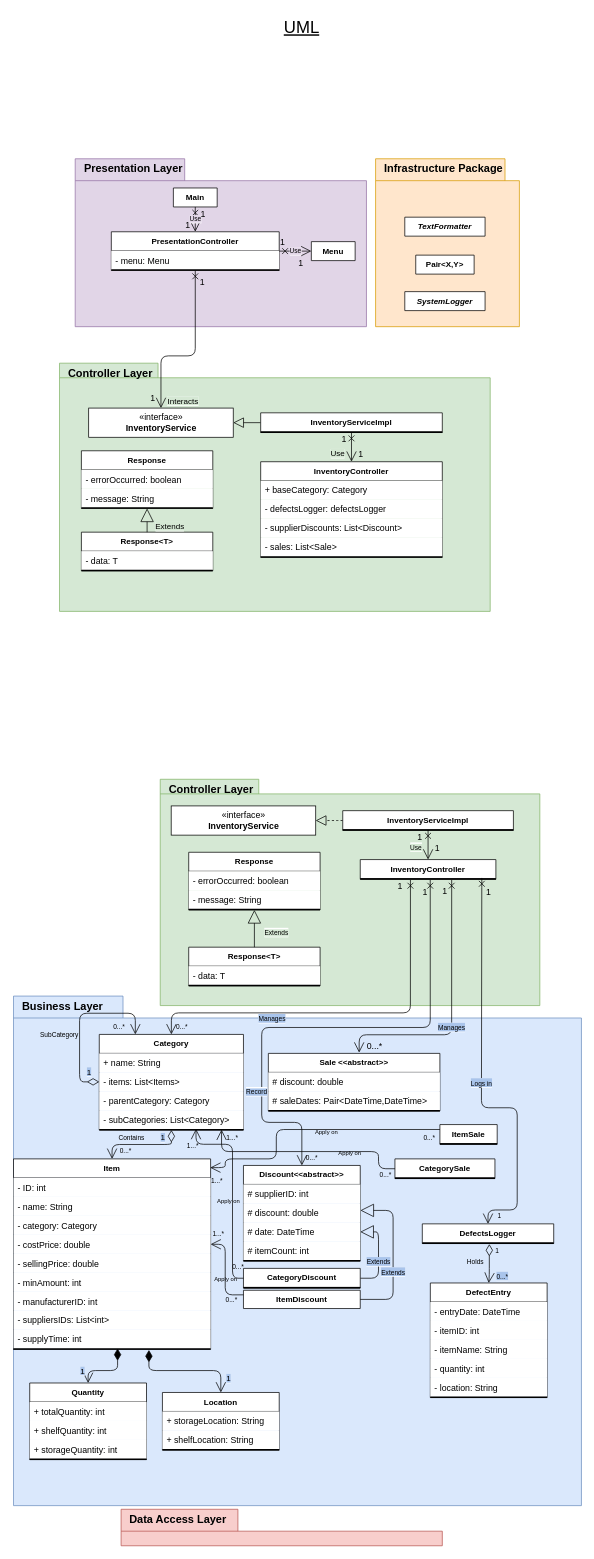
eladinbar/Super-Li_Market keeps this draw.io diagram as docs/Inventory/Inventory_FieldUML.drawio. Above is the earlier version. Source tidied: cells renumbered, new cells numbered last; positions are measured from the earlier drawing's top-left corner, leaving out a move shared by most shapes. Both pictures are drawn from the tidied source at 73%, with x=0, y=0 at pixel (13, 12).
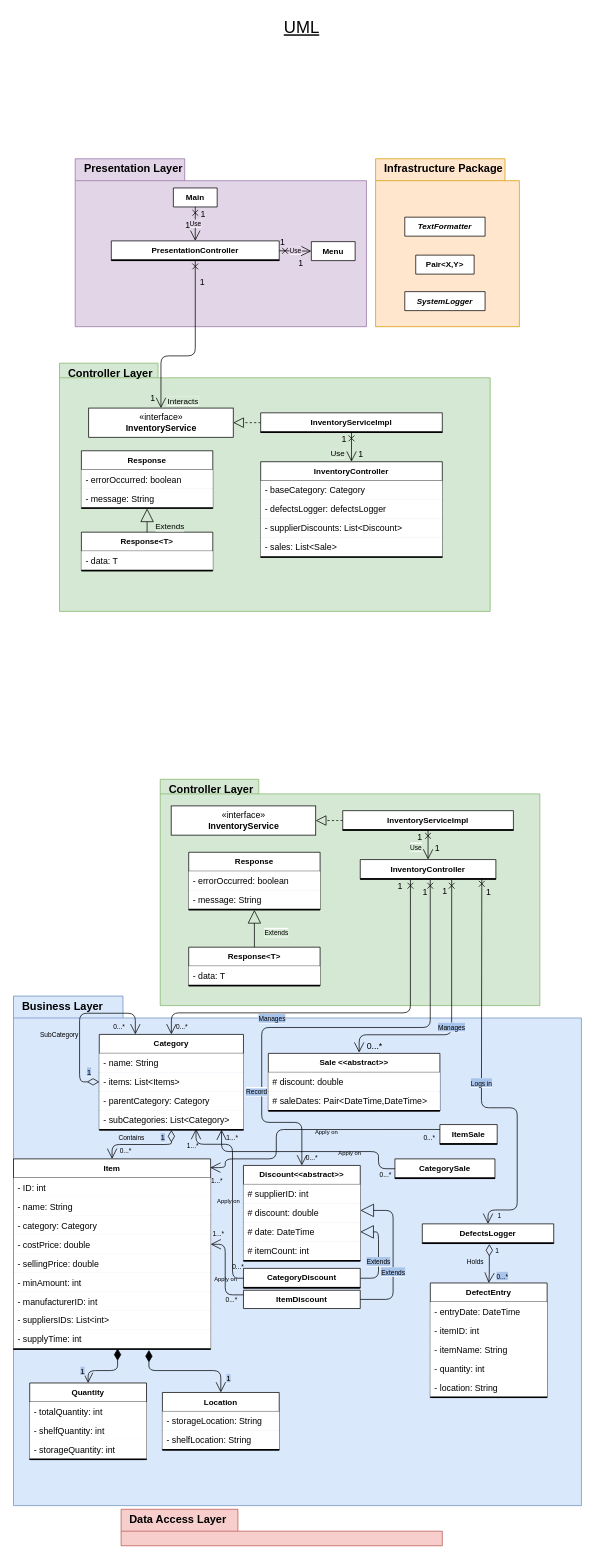
The same page after the edit.

Commit message (it also covers changes not shown here):
Fixed UML field privacy settings, updated both PDFs accordingly

Unchanged cells that the change refers to:
```xml
<mxCell id="28" value="Category" style="swimlane;fontStyle=1;align=center;verticalAlign=top;horizontal=1;startSize=26;fontSize=11;" parent="1" vertex="1">
  <mxGeometry x="117.5" y="1399.5" width="197.5" height="131" as="geometry" />
</mxCell>
<mxCell id="38" value="Quantity" style="swimlane;fontStyle=1;align=center;verticalAlign=top;horizontal=1;startSize=26;fontSize=11;" parent="1" vertex="1">
  <mxGeometry x="22.2" y="1877" width="160" height="105" as="geometry" />
</mxCell>
<mxCell id="100" value="Location" style="swimlane;fontStyle=1;align=center;verticalAlign=top;horizontal=1;startSize=26;fontSize=11;" parent="1" vertex="1">
  <mxGeometry x="204" y="1890" width="160" height="79" as="geometry" />
</mxCell>
<mxCell id="105" value="InventoryController" style="swimlane;fontStyle=1;align=center;verticalAlign=top;horizontal=1;startSize=26;fontSize=11;" parent="1" vertex="1">
  <mxGeometry x="338.6" y="615" width="248.8" height="131" as="geometry" />
</mxCell>
<mxCell id="114" value="«interface»&lt;br&gt;&lt;b&gt;InventoryService&lt;/b&gt;" style="html=1;" parent="1" vertex="1">
  <mxGeometry x="103" y="541.5" width="198" height="40" as="geometry" />
</mxCell>
<mxCell id="116" value="InventoryServiceImpl" style="swimlane;fontStyle=1;align=center;verticalAlign=top;horizontal=1;startSize=26;fontSize=11;" parent="1" vertex="1">
  <mxGeometry x="338.6" y="548" width="248.8" height="27" as="geometry" />
</mxCell>
```

Change to the diagram source:
```diff
@@
-    <mxCell id="29" value="+ name: String" style="text;align=left;verticalAlign=top;spacingLeft=4;spacingRight=4;overflow=hidden;fillColor=#ffffff;" parent="28" vertex="1">
+    <mxCell id="29" value="- name: String" style="text;align=left;verticalAlign=top;spacingLeft=4;spacingRight=4;overflow=hidden;fillColor=#ffffff;" parent="28" vertex="1">
       <mxGeometry y="26" width="197.5" height="26" as="geometry" />
     </mxCell>
@@
-    <mxCell id="39" value="+ totalQuantity: int" style="text;align=left;verticalAlign=top;spacingLeft=4;spacingRight=4;overflow=hidden;fillColor=#ffffff;" parent="38" vertex="1">
+    <mxCell id="39" value="- totalQuantity: int" style="text;align=left;verticalAlign=top;spacingLeft=4;spacingRight=4;overflow=hidden;fillColor=#ffffff;" parent="38" vertex="1">
       <mxGeometry y="26" width="160" height="26" as="geometry" />
     </mxCell>
-    <mxCell id="40" value="+ shelfQuantity: int" style="text;align=left;verticalAlign=top;spacingLeft=4;spacingRight=4;overflow=hidden;fillColor=#ffffff;" parent="38" vertex="1">
+    <mxCell id="40" value="- shelfQuantity: int" style="text;align=left;verticalAlign=top;spacingLeft=4;spacingRight=4;overflow=hidden;fillColor=#ffffff;" parent="38" vertex="1">
       <mxGeometry y="52" width="160" height="26" as="geometry" />
     </mxCell>
-    <mxCell id="41" value="+ storageQuantity: int" style="text;align=left;verticalAlign=top;spacingLeft=4;spacingRight=4;overflow=hidden;fillColor=#ffffff;" parent="38" vertex="1">
+    <mxCell id="41" value="- storageQuantity: int" style="text;align=left;verticalAlign=top;spacingLeft=4;spacingRight=4;overflow=hidden;fillColor=#ffffff;" parent="38" vertex="1">
       <mxGeometry y="78" width="160" height="26" as="geometry" />
     </mxCell>
@@
     <mxCell id="75" value="PresentationController" style="swimlane;fontStyle=1;align=center;verticalAlign=top;horizontal=1;startSize=26;fontSize=11;" parent="1" vertex="1">
-      <mxGeometry x="134" y="300" width="230" height="53" as="geometry" />
+      <mxGeometry x="134" y="312.5" width="230" height="27" as="geometry" />
     </mxCell>
-    <mxCell id="76" value="- menu: Menu" style="text;align=left;verticalAlign=top;spacingLeft=4;spacingRight=4;overflow=hidden;fillColor=#ffffff;" parent="75" vertex="1">
-      <mxGeometry y="26" width="230" height="26" as="geometry" />
-    </mxCell>
     <mxCell id="77" style="line;strokeWidth=2;align=left;verticalAlign=middle;spacingTop=-1;spacingLeft=3;spacingRight=3;labelPosition=right;fillColor=none;perimeterSpacing=0;" parent="75" vertex="1">
-      <mxGeometry y="52" width="230" height="1" as="geometry" />
+      <mxGeometry y="26" width="230" height="1" as="geometry" />
     </mxCell>
@@
-    <mxCell id="101" value="+ storageLocation: String" style="text;align=left;verticalAlign=top;spacingLeft=4;spacingRight=4;overflow=hidden;fillColor=#ffffff;" parent="100" vertex="1">
+    <mxCell id="101" value="- storageLocation: String" style="text;align=left;verticalAlign=top;spacingLeft=4;spacingRight=4;overflow=hidden;fillColor=#ffffff;" parent="100" vertex="1">
       <mxGeometry y="26" width="160" height="26" as="geometry" />
     </mxCell>
-    <mxCell id="102" value="+ shelfLocation: String" style="text;align=left;verticalAlign=top;spacingLeft=4;spacingRight=4;overflow=hidden;fillColor=#ffffff;" parent="100" vertex="1">
+    <mxCell id="102" value="- shelfLocation: String" style="text;align=left;verticalAlign=top;spacingLeft=4;spacingRight=4;overflow=hidden;fillColor=#ffffff;" parent="100" vertex="1">
       <mxGeometry y="52" width="160" height="26" as="geometry" />
     </mxCell>
@@
-    <mxCell id="106" value="+ baseCategory: Category" style="text;align=left;verticalAlign=top;spacingLeft=4;spacingRight=4;overflow=hidden;fillColor=#ffffff;fontStyle=0;" parent="105" vertex="1">
+    <mxCell id="106" value="- baseCategory: Category" style="text;align=left;verticalAlign=top;spacingLeft=4;spacingRight=4;overflow=hidden;fillColor=#ffffff;fontStyle=0;" parent="105" vertex="1">
       <mxGeometry y="26" width="248.8" height="26" as="geometry" />
     </mxCell>
@@
-    <mxCell id="115" style="endArrow=block;endFill=0;endSize=12;html=1;exitX=0;exitY=0.5;exitDx=0;exitDy=0;entryX=1;entryY=0.5;entryDx=0;entryDy=0;edgeStyle=orthogonalEdgeStyle;" parent="1" edge="1" source="116" target="114">
+    <mxCell id="115" style="endArrow=block;endFill=0;endSize=12;html=1;exitX=0;exitY=0.5;exitDx=0;exitDy=0;entryX=1;entryY=0.5;entryDx=0;entryDy=0;edgeStyle=orthogonalEdgeStyle;dashed=1;" parent="1" edge="1" source="116" target="114">
       <mxGeometry relative="1" as="geometry" />
     </mxCell>
```
